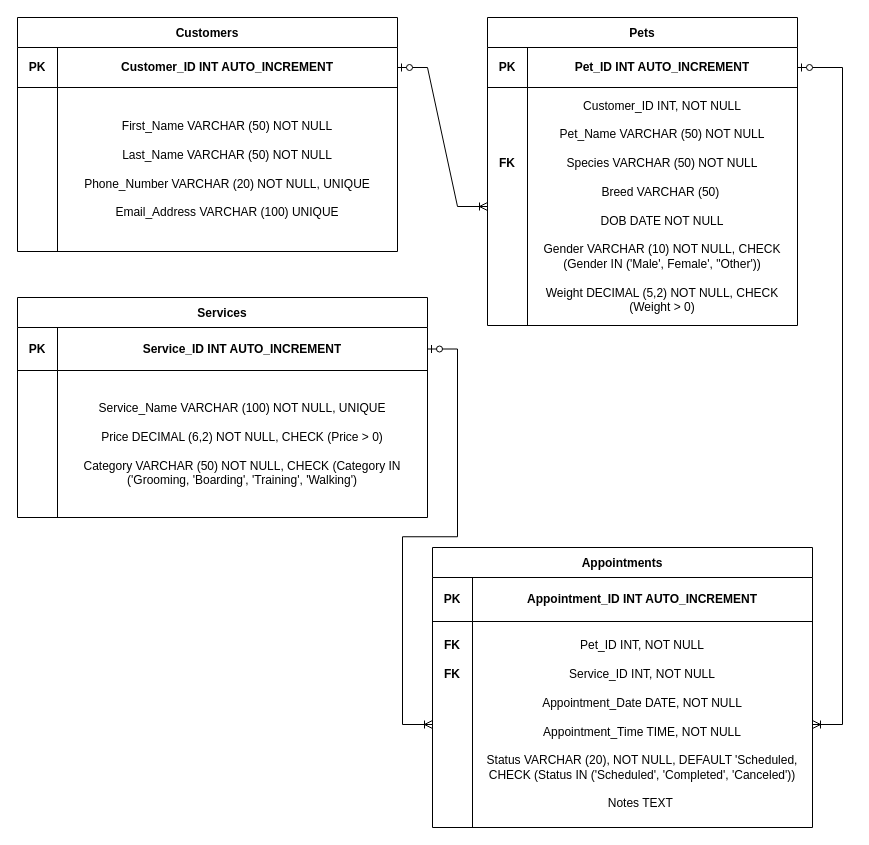
Earlier version of the draw.io diagram Capstone_1 Diagram.drawio (Vanessa-Guerrero/Capstone_1). Source tidied: cells renumbered, new cells numbered last; positions are measured from the earlier drawing's top-left corner, leaving out a move shared by most shapes. Both pictures are drawn from the tidied source at 100%, with x=0, y=0 at pixel (17, 17).
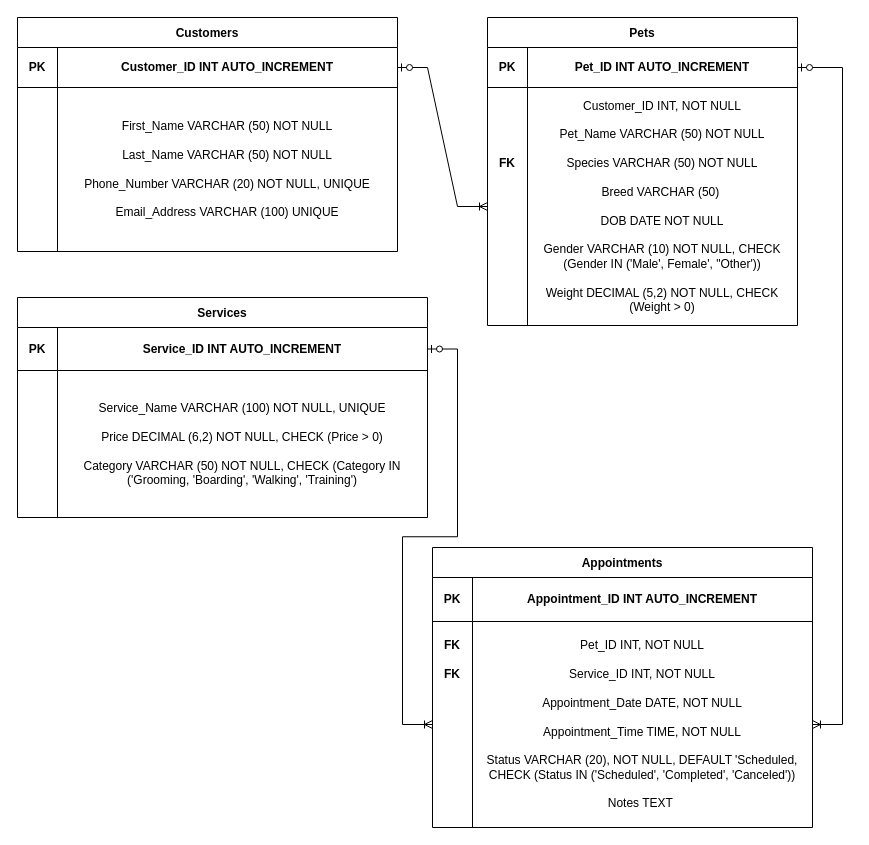
Above is the later version.

Unchanged cells that the change refers to:
```xml
<mxCell id="20" style="shape=tableRow;horizontal=0;startSize=0;swimlaneHead=0;swimlaneBody=0;strokeColor=inherit;top=0;left=0;bottom=0;right=0;fillColor=none;" parent="16" vertex="1">
  <mxGeometry y="73" width="410" height="147" as="geometry" />
</mxCell>
```

Diff of the diagram source:
```diff
@@
-    <mxCell id="22" value="Service_Name VARCHAR (100) NOT NULL, UNIQUE&lt;div&gt;&lt;br&gt;&lt;/div&gt;&lt;div&gt;Price DECIMAL (6,2) NOT NULL, CHECK (Price &amp;gt; 0)&lt;/div&gt;&lt;div&gt;&lt;br&gt;&lt;/div&gt;&lt;div&gt;Category VARCHAR (50) NOT NULL, CHECK (Category IN ('Grooming, 'Boarding', 'Training', 'Walking')&lt;/div&gt;" style="shape=partialRectangle;html=1;whiteSpace=wrap;strokeColor=inherit;overflow=hidden;fillColor=none;top=0;left=0;bottom=0;right=0;" parent="20" vertex="1">
+    <mxCell id="22" value="Service_Name VARCHAR (100) NOT NULL, UNIQUE&lt;div&gt;&lt;br&gt;&lt;/div&gt;&lt;div&gt;Price DECIMAL (6,2) NOT NULL, CHECK (Price &amp;gt; 0)&lt;/div&gt;&lt;div&gt;&lt;br&gt;&lt;/div&gt;&lt;div&gt;Category VARCHAR (50) NOT NULL, CHECK (Category IN ('Grooming, 'Boarding', 'Walking',&amp;nbsp;&lt;span style=&quot;background-color: initial;&quot;&gt;'Training'&lt;/span&gt;&lt;span style=&quot;background-color: initial;&quot;&gt;)&lt;/span&gt;&lt;/div&gt;" style="shape=partialRectangle;html=1;whiteSpace=wrap;strokeColor=inherit;overflow=hidden;fillColor=none;top=0;left=0;bottom=0;right=0;" parent="20" vertex="1">
       <mxGeometry x="40" width="370" height="147" as="geometry" />
     </mxCell>
```
